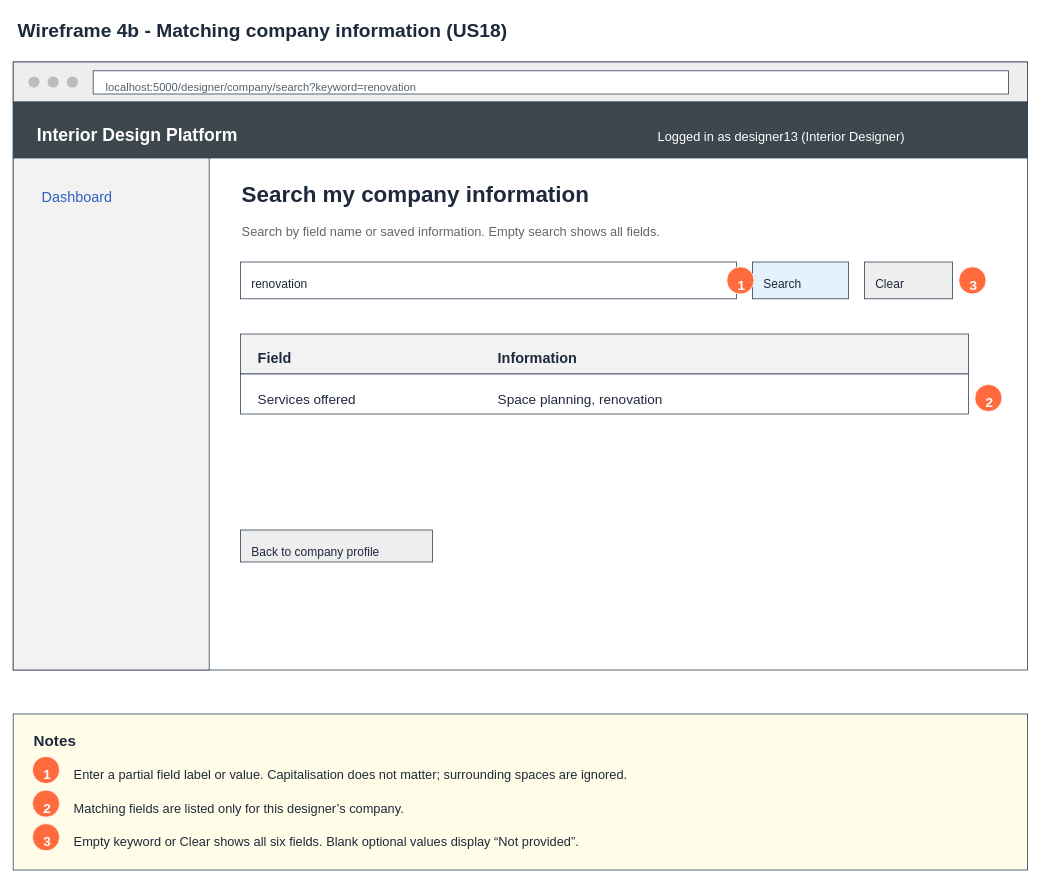
Earlier version of the draw.io diagram page "4b Wireframe - Search results" (3 of 8) of Sprint_2/US18 - Search Company Information/US18 Search company information.drawio (Hanzxc/CSIT314-ARCHSS). Source tidied: cells renumbered, new cells numbered last; positions are measured from the earlier drawing's top-left corner, leaving out a move shared by most shapes. Both pictures are drawn from the tidied source at 80%, with x=0, y=0 at pixel (13, 13).
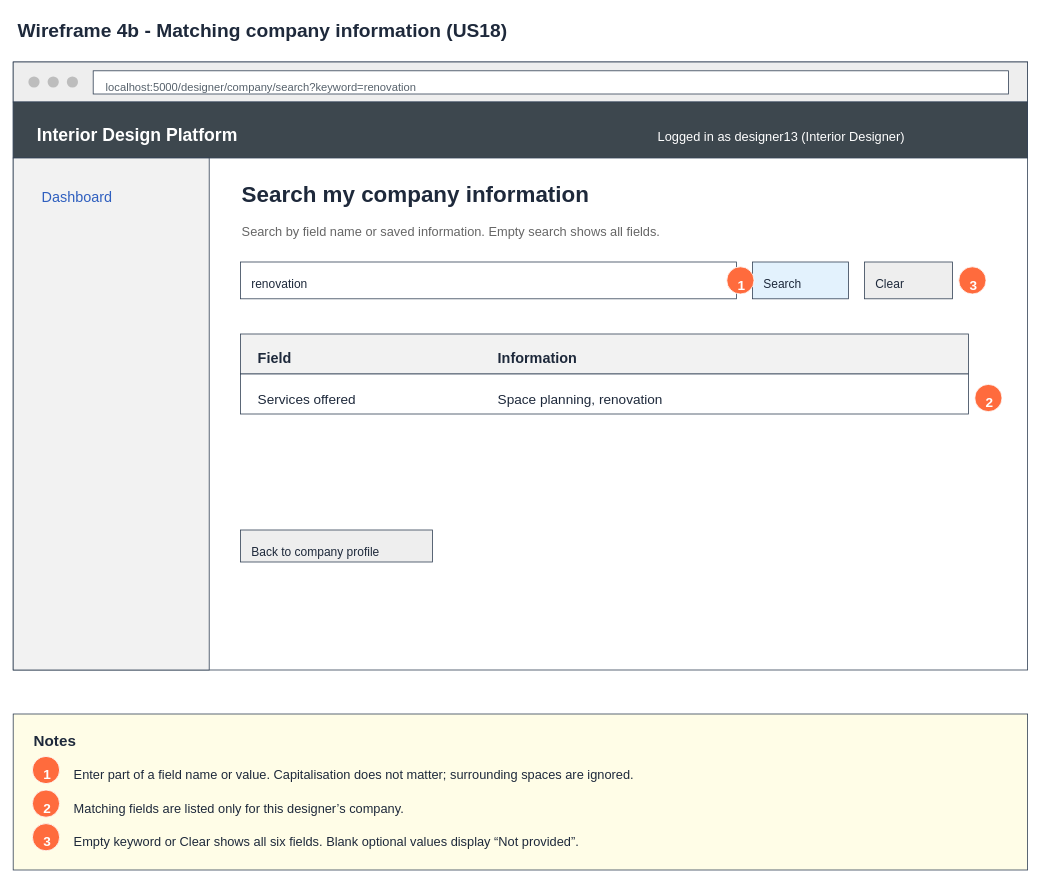
Above is the later version.

Diff of the diagram source:
```diff
@@
-    <mxCell id="41" value="Enter a partial field label or value. Capitalisation does not matter; surrounding spaces are ignored." style="text;html=0;align=left;verticalAlign=top;fontSize=16;fontStyle=0;fontColor=#1e293b;" parent="1" vertex="1">
+    <mxCell id="41" value="Enter part of a field name or value. Capitalisation does not matter; surrounding spaces are ignored." style="text;html=0;align=left;verticalAlign=top;fontSize=16;fontStyle=0;fontColor=#1e293b;" parent="1" vertex="1">
       <mxGeometry x="74" y="936" width="1160" height="23" as="geometry" />
     </mxCell>
```
